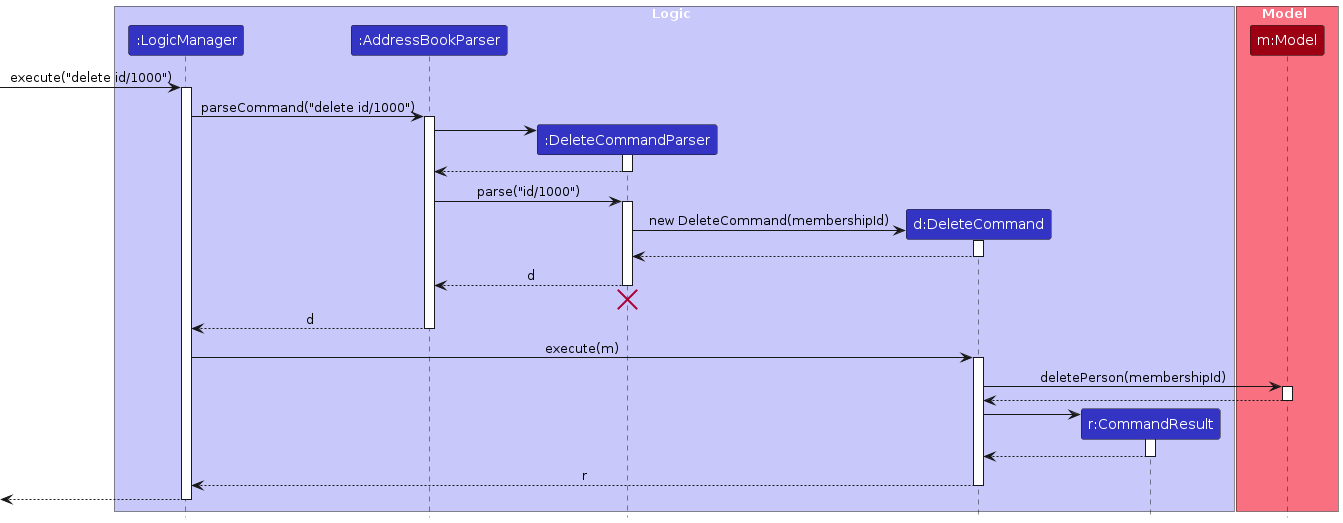
Earlier version of the PlantUML export diagrams/DeleteSequenceDiagram.png (AY2526S2-CS2103T-W08-4/tp). Its source is kept beside it as diagrams/DeleteSequenceDiagram.puml.
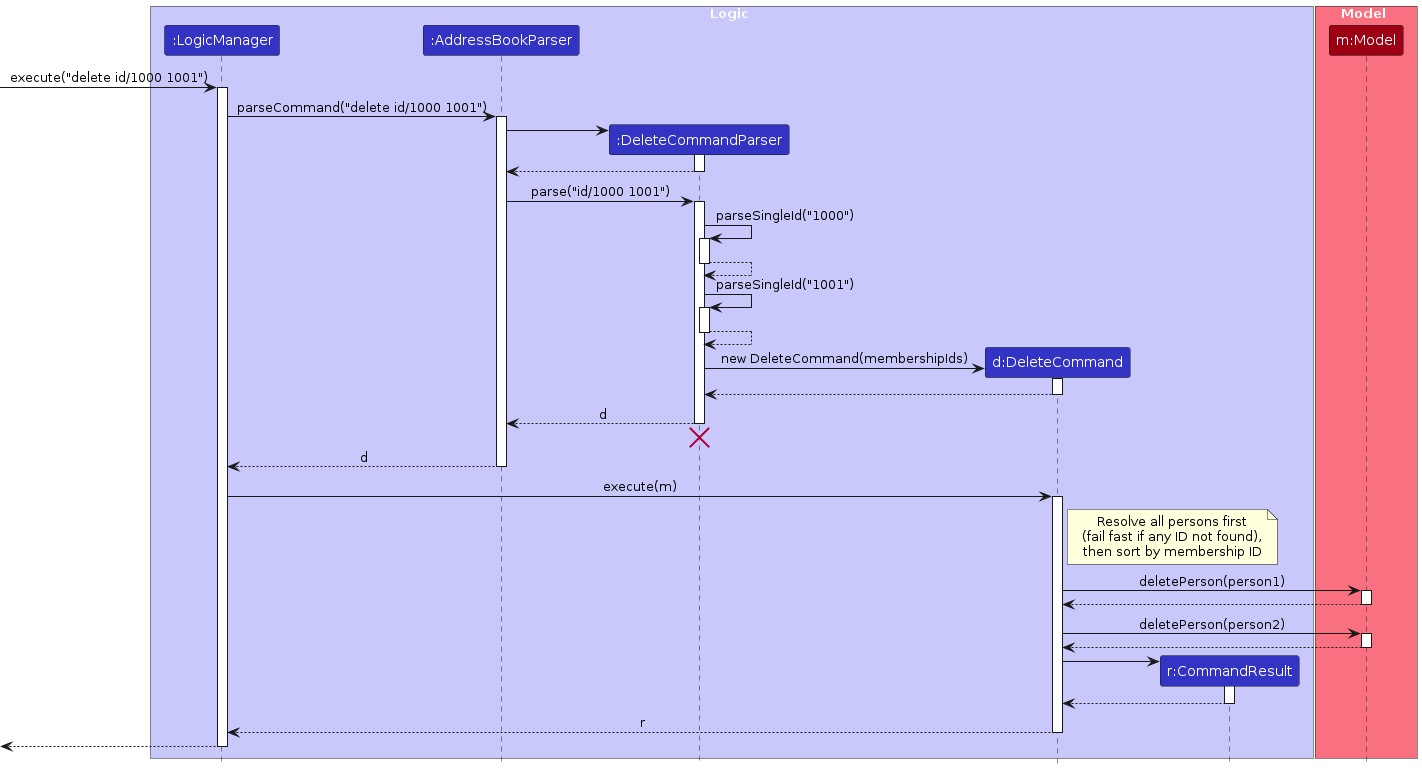
After the commit.

What changed in the source:
```diff
@@ -14,10 +14,10 @@
 participant "m:Model" as Model MODEL_COLOR
 end box
 
-[-> LogicManager : execute("delete id/1000")
+[-> LogicManager : execute("delete id/1000 1001")
 activate LogicManager
 
-LogicManager -> AddressBookParser : parseCommand("delete id/1000")
+LogicManager -> AddressBookParser : parseCommand("delete id/1000 1001")
 activate AddressBookParser
 
 create DeleteCommandParser
@@ -27,11 +27,21 @@
 DeleteCommandParser --> AddressBookParser
 deactivate DeleteCommandParser
 
-AddressBookParser -> DeleteCommandParser : parse("id/1000")
+AddressBookParser -> DeleteCommandParser : parse("id/1000 1001")
 activate DeleteCommandParser
 
+DeleteCommandParser -> DeleteCommandParser : parseSingleId("1000")
+activate DeleteCommandParser
+DeleteCommandParser --> DeleteCommandParser
+deactivate DeleteCommandParser
+
+DeleteCommandParser -> DeleteCommandParser : parseSingleId("1001")
+activate DeleteCommandParser
+DeleteCommandParser --> DeleteCommandParser
+deactivate DeleteCommandParser
+
 create DeleteCommand
-DeleteCommandParser -> DeleteCommand : new DeleteCommand(membershipId)
+DeleteCommandParser -> DeleteCommand : new DeleteCommand(membershipIds)
 activate DeleteCommand
 
 DeleteCommand --> DeleteCommandParser :
@@ -48,9 +58,15 @@
 LogicManager -> DeleteCommand : execute(m)
 activate DeleteCommand
 
-DeleteCommand -> Model : deletePerson(membershipId)
+note right of DeleteCommand : Resolve all persons first\n(fail fast if any ID not found),\nthen sort by membership ID
+
+DeleteCommand -> Model : deletePerson(person1)
 activate Model
+Model --> DeleteCommand
+deactivate Model
 
+DeleteCommand -> Model : deletePerson(person2)
+activate Model
 Model --> DeleteCommand
 deactivate Model
 
```
